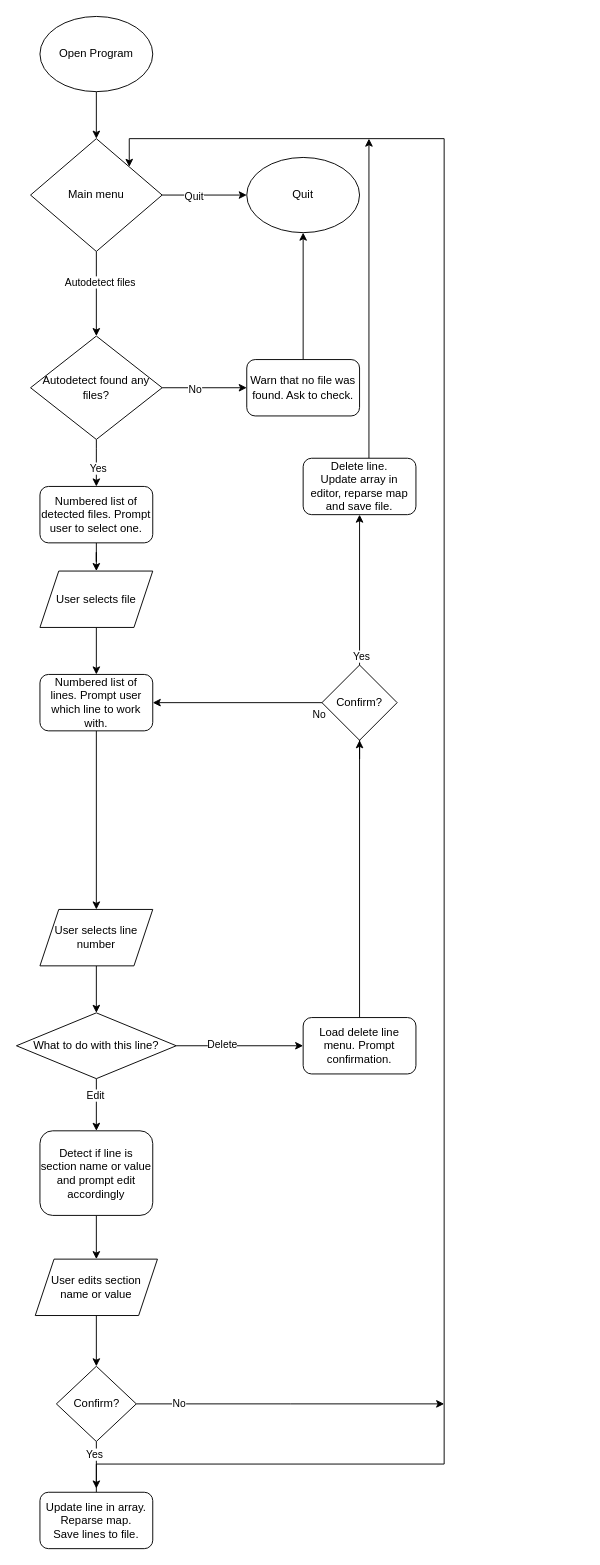
Before: docs/menuFlow.drawio in Rahjael/INIEditor, a draw.io diagram. Source tidied: cells renumbered, new cells numbered last; positions are measured from the earlier drawing's top-left corner, leaving out a move shared by most shapes. Both pictures are drawn from the tidied source at 94%, with x=0, y=0 at pixel (16, 16).
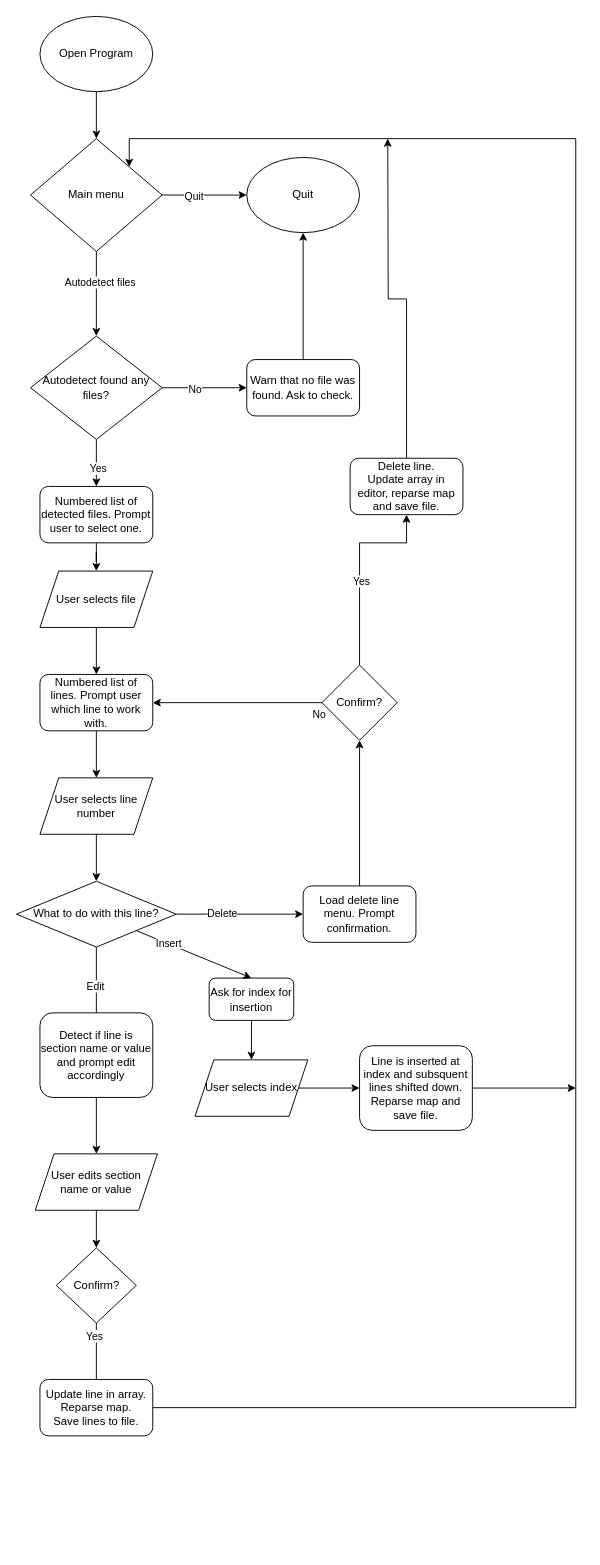
The same diagram, later.

Commit message (it also covers changes not shown here):
implemented insertLine() menu

Unchanged cells that the change refers to:
```xml
<mxCell id="8" value="Main menu" style="rhombus;whiteSpace=wrap;html=1;" parent="1" vertex="1">
  <mxGeometry x="15" y="130" width="140" height="120" as="geometry" />
</mxCell>
<mxCell id="38" value="Confirm?" style="rhombus;whiteSpace=wrap;html=1;" parent="1" vertex="1">
  <mxGeometry x="325" y="690" width="80" height="80" as="geometry" />
</mxCell>
```

Diff of the diagram source:
```diff
@@
     <mxCell id="24" value="User selects line number" style="shape=parallelogram;perimeter=parallelogramPerimeter;whiteSpace=wrap;html=1;fixedSize=1;" parent="1" vertex="1">
-      <mxGeometry x="25" y="950" width="120" height="60" as="geometry" />
+      <mxGeometry x="25" y="810" width="120" height="60" as="geometry" />
     </mxCell>
@@
     <mxCell id="29" value="What to do with this line?" style="rhombus;whiteSpace=wrap;html=1;" parent="1" vertex="1">
-      <mxGeometry y="1060" width="170" height="70" as="geometry" />
+      <mxGeometry y="920" width="170" height="70" as="geometry" />
     </mxCell>
@@
     <mxCell id="31" value="Load delete line menu. Prompt confirmation." style="rounded=1;whiteSpace=wrap;html=1;" parent="1" vertex="1">
-      <mxGeometry x="305" y="1065" width="120" height="60" as="geometry" />
+      <mxGeometry x="305" y="925" width="120" height="60" as="geometry" />
     </mxCell>
-    <mxCell id="32" style="edgeStyle=orthogonalEdgeStyle;rounded=0;jettySize=auto;html=1;" parent="1" edge="1" source="33">
-      <mxGeometry relative="1" as="geometry">
-        <mxPoint x="375" y="130" as="targetPoint" />
-        <Array as="points">
-          <mxPoint x="375" y="520" />
-        </Array>
-      </mxGeometry>
-    </mxCell>
+    <mxCell id="50" style="edgeStyle=orthogonalEdgeStyle;rounded=0;jettySize=auto;html=1;" parent="1" edge="1" source="33">
+      <mxGeometry relative="1" as="geometry">
+        <mxPoint x="395" y="130" as="targetPoint" />
+      </mxGeometry>
+    </mxCell>
     <mxCell id="33" value="Delete line.&lt;br&gt;Update array in editor, reparse map and save file." style="rounded=1;whiteSpace=wrap;html=1;" parent="1" vertex="1">
-      <mxGeometry x="305" y="470" width="120" height="60" as="geometry" />
+      <mxGeometry x="355" y="470" width="120" height="60" as="geometry" />
     </mxCell>
@@
     <mxCell id="36" style="edgeStyle=orthogonalEdgeStyle;rounded=0;jettySize=auto;html=1;entryX=0.5;entryY=1;entryDx=0;entryDy=0;" parent="1" edge="1" source="38" target="33">
       <mxGeometry relative="1" as="geometry">
         <Array as="points">
-          <mxPoint x="365" y="790" />
+          <mxPoint x="365" y="560" />
+          <mxPoint x="415" y="560" />
         </Array>
       </mxGeometry>
     </mxCell>
@@
     <mxCell id="40" value="Detect if line is section name or value and prompt edit accordingly" style="rounded=1;whiteSpace=wrap;html=1;" parent="1" vertex="1">
-      <mxGeometry x="25" y="1185.5" width="120" height="90" as="geometry" />
+      <mxGeometry x="25" y="1060" width="120" height="90" as="geometry" />
     </mxCell>
@@
     <mxCell id="42" value="User edits section name or value" style="shape=parallelogram;perimeter=parallelogramPerimeter;whiteSpace=wrap;html=1;fixedSize=1;" parent="1" vertex="1">
-      <mxGeometry x="20" y="1322" width="130" height="60" as="geometry" />
+      <mxGeometry x="20" y="1210" width="130" height="60" as="geometry" />
     </mxCell>
-    <mxCell id="43" style="edgeStyle=orthogonalEdgeStyle;rounded=0;jettySize=auto;html=1;" parent="1" edge="1" source="47">
-      <mxGeometry relative="1" as="geometry">
-        <mxPoint x="85" y="1566" as="targetPoint" />
-      </mxGeometry>
-    </mxCell>
-    <mxCell id="44" value="Yes" style="edgeLabel;html=1;align=center;verticalAlign=middle;" parent="43" vertex="1">
-      <mxGeometry x="-0.86" y="-3" relative="1" as="geometry">
-        <mxPoint y="9" as="offset" />
-      </mxGeometry>
-    </mxCell>
-    <mxCell id="45" style="edgeStyle=orthogonalEdgeStyle;rounded=0;jettySize=auto;html=1;" parent="1" edge="1" source="47">
-      <mxGeometry relative="1" as="geometry">
-        <mxPoint x="455" y="1476" as="targetPoint" />
-      </mxGeometry>
-    </mxCell>
-    <mxCell id="46" value="No" style="edgeLabel;html=1;align=center;verticalAlign=middle;" parent="45" vertex="1">
-      <mxGeometry x="-0.73" y="1" relative="1" as="geometry">
-        <mxPoint x="1" as="offset" />
-      </mxGeometry>
-    </mxCell>
     <mxCell id="47" value="Confirm?" style="rhombus;whiteSpace=wrap;html=1;" parent="1" vertex="1">
-      <mxGeometry x="42.5" y="1436" width="85" height="80" as="geometry" />
+      <mxGeometry x="42.5" y="1310" width="85" height="80" as="geometry" />
     </mxCell>
     <mxCell id="48" style="edgeStyle=orthogonalEdgeStyle;rounded=0;jettySize=auto;html=1;entryX=1;entryY=0;entryDx=0;entryDy=0;" parent="1" edge="1" source="49" target="8">
       <mxGeometry relative="1" as="geometry">
         <Array as="points">
-          <mxPoint x="455" y="1540" />
-          <mxPoint x="455" y="130" />
+          <mxPoint x="595" y="1480" />
+          <mxPoint x="595" y="130" />
           <mxPoint x="120" y="130" />
         </Array>
       </mxGeometry>
     </mxCell>
     <mxCell id="49" value="Update line in array.&lt;br&gt;Reparse map.&lt;br&gt;Save lines to file." style="rounded=1;whiteSpace=wrap;html=1;" parent="1" vertex="1">
-      <mxGeometry x="25" y="1570" width="120" height="60" as="geometry" />
+      <mxGeometry x="25" y="1450" width="120" height="60" as="geometry" />
     </mxCell>
+    <mxCell id="51" style="edgeStyle=orthogonalEdgeStyle;rounded=0;jettySize=auto;html=1;endArrow=none;" parent="1" edge="1" source="47" target="49">
+      <mxGeometry relative="1" as="geometry" />
+    </mxCell>
+    <mxCell id="44" value="Yes" style="edgeLabel;html=1;align=center;verticalAlign=middle;" parent="51" vertex="1">
+      <mxGeometry x="-0.86" y="-3" relative="1" as="geometry">
+        <mxPoint y="9" as="offset" />
+      </mxGeometry>
+    </mxCell>
+    <mxCell id="52" style="edgeStyle=orthogonalEdgeStyle;rounded=0;jettySize=auto;html=1;entryX=0.5;entryY=0;entryDx=0;entryDy=0;" parent="1" edge="1" source="53" target="57">
+      <mxGeometry relative="1" as="geometry" />
+    </mxCell>
+    <mxCell id="53" value="Ask for index for insertion" style="rounded=1;whiteSpace=wrap;html=1;" parent="1" vertex="1">
+      <mxGeometry x="205" y="1023" width="90" height="45" as="geometry" />
+    </mxCell>
+    <mxCell id="54" style="endArrow=classic;html=1;entryX=0.5;entryY=0;entryDx=0;entryDy=0;" parent="1" edge="1" source="29" target="53">
+      <mxGeometry relative="1" as="geometry" />
+    </mxCell>
+    <mxCell id="55" value="Insert" style="edgeLabel;html=1;align=center;verticalAlign=middle;" parent="54" vertex="1">
+      <mxGeometry x="-0.45" y="1" relative="1" as="geometry" />
+    </mxCell>
+    <mxCell id="56" style="edgeStyle=orthogonalEdgeStyle;rounded=0;jettySize=auto;html=1;" parent="1" edge="1" source="57" target="59">
+      <mxGeometry relative="1" as="geometry" />
+    </mxCell>
+    <mxCell id="57" value="User selects index" style="shape=parallelogram;perimeter=parallelogramPerimeter;whiteSpace=wrap;html=1;fixedSize=1;" parent="1" vertex="1">
+      <mxGeometry x="190" y="1110" width="120" height="60" as="geometry" />
+    </mxCell>
+    <mxCell id="58" style="edgeStyle=orthogonalEdgeStyle;rounded=0;jettySize=auto;html=1;" parent="1" edge="1" source="59">
+      <mxGeometry relative="1" as="geometry">
+        <mxPoint x="595" y="1140" as="targetPoint" />
+      </mxGeometry>
+    </mxCell>
+    <mxCell id="59" value="Line is inserted at index and subsquent lines shifted down.&lt;br&gt;Reparse map and save file." style="rounded=1;whiteSpace=wrap;html=1;" parent="1" vertex="1">
+      <mxGeometry x="365" y="1095" width="120" height="90" as="geometry" />
+    </mxCell>
```
